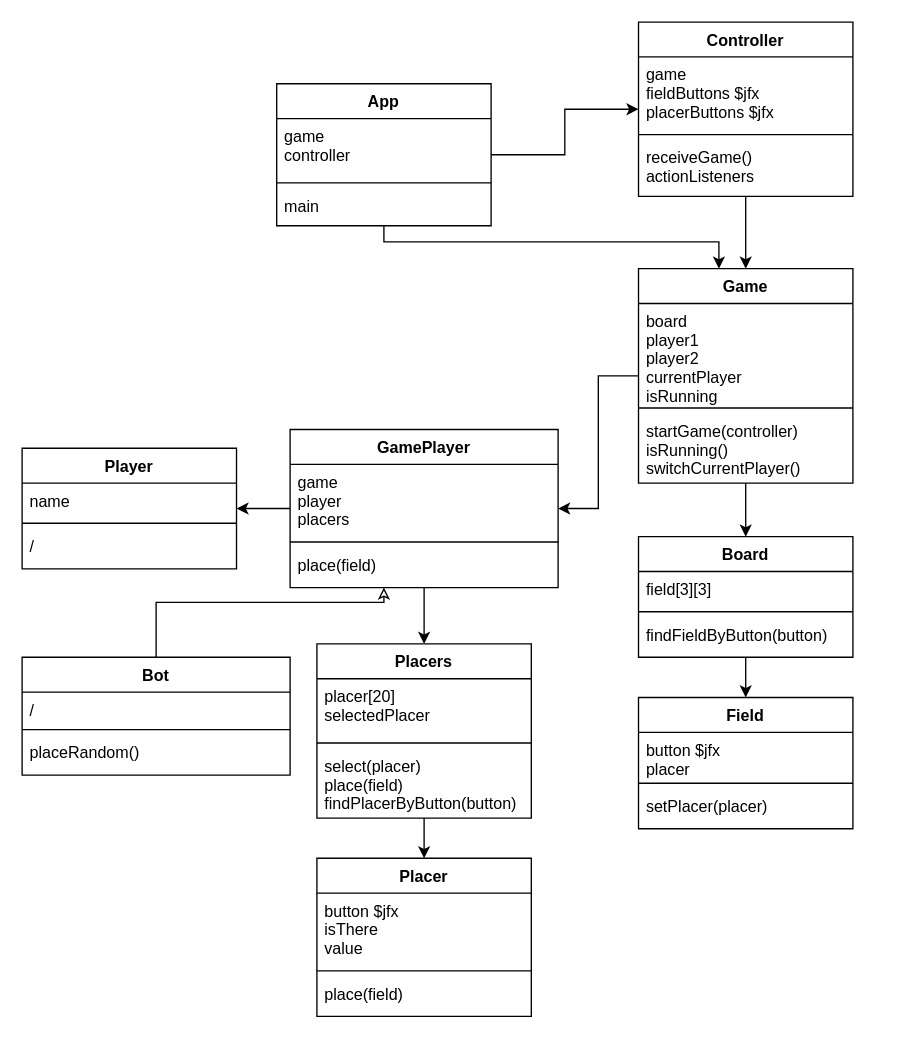
The draw.io diagram Diagrams/ClassDiagram.drawio in DustinScharf/TicTacTecToe, before the edit. Source tidied: cells renumbered, new cells numbered last; positions are measured from the earlier drawing's top-left corner, leaving out a move shared by most shapes. Both pictures are drawn from the tidied source at 134%, with x=0, y=0 at pixel (21, 21).
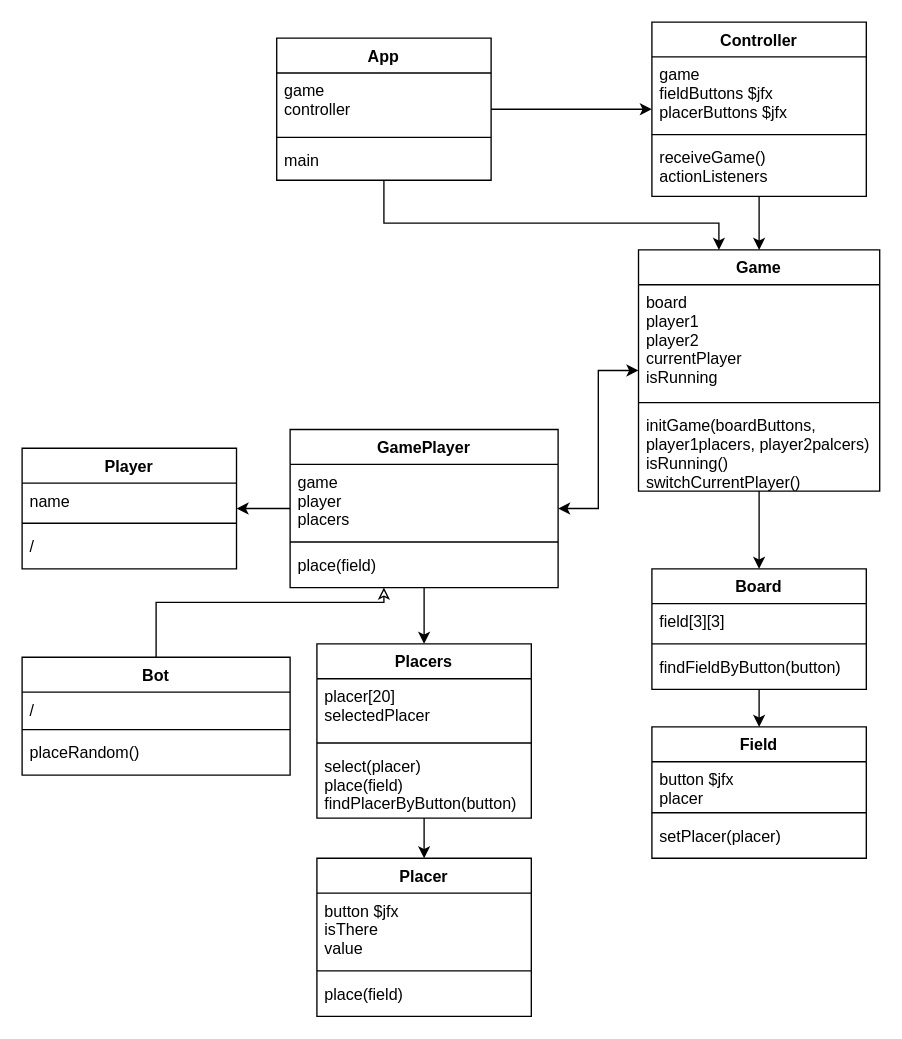
Above is the later version.

The change refers to these unchanged cells:
```xml
<mxCell id="8" value="GamePlayer" style="swimlane;fontStyle=1;align=center;verticalAlign=top;horizontal=1;startSize=26;" parent="1" vertex="1">
  <mxGeometry x="200" y="304" width="200" height="118" as="geometry" />
</mxCell>
```

Diff of the diagram source:
```diff
@@
     <mxCell id="12" value="Field" style="swimlane;fontStyle=1;align=center;verticalAlign=top;horizontal=1;startSize=26;" parent="1" vertex="1">
-      <mxGeometry x="460" y="504" width="160" height="98" as="geometry" />
+      <mxGeometry x="470" y="526" width="160" height="98" as="geometry" />
     </mxCell>
@@
     <mxCell id="17" value="Board" style="swimlane;fontStyle=1;align=center;verticalAlign=top;horizontal=1;startSize=26;" parent="1" vertex="1">
-      <mxGeometry x="460" y="384" width="160" height="90" as="geometry" />
+      <mxGeometry x="470" y="408" width="160" height="90" as="geometry" />
     </mxCell>
@@
-    <mxCell id="21" style="edgeStyle=orthogonalEdgeStyle;rounded=0;jettySize=auto;html=1;endArrow=classic;endFill=1;" parent="1" edge="1" source="23" target="8">
+    <mxCell id="21" style="edgeStyle=orthogonalEdgeStyle;rounded=0;jettySize=auto;html=1;endArrow=classic;endFill=1;startArrow=classic;startFill=1;" parent="1" edge="1" source="23" target="8">
       <mxGeometry relative="1" as="geometry" />
     </mxCell>
@@
     <mxCell id="23" value="Game" style="swimlane;fontStyle=1;align=center;verticalAlign=top;horizontal=1;startSize=26;" parent="1" vertex="1">
-      <mxGeometry x="460" y="184" width="160" height="160" as="geometry" />
+      <mxGeometry x="460" y="170" width="180" height="180" as="geometry" />
     </mxCell>
     <mxCell id="24" value="board&#10;player1&#10;player2&#10;currentPlayer&#10;isRunning" style="text;strokeColor=none;fillColor=none;align=left;verticalAlign=top;spacingLeft=4;spacingRight=4;overflow=hidden;" parent="23" vertex="1">
-      <mxGeometry y="26" width="160" height="74" as="geometry" />
+      <mxGeometry y="26" width="180" height="84" as="geometry" />
     </mxCell>
     <mxCell id="25" style="line;strokeWidth=1;fillColor=none;align=left;verticalAlign=middle;spacingTop=-1;spacingLeft=3;spacingRight=3;labelPosition=right;" parent="23" vertex="1">
-      <mxGeometry y="100" width="160" height="8" as="geometry" />
+      <mxGeometry y="110" width="180" height="8" as="geometry" />
     </mxCell>
-    <mxCell id="26" value="startGame(controller)&#10;isRunning()&#10;switchCurrentPlayer()" style="text;strokeColor=none;fillColor=none;align=left;verticalAlign=top;spacingLeft=4;spacingRight=4;overflow=hidden;" parent="23" vertex="1">
-      <mxGeometry y="108" width="160" height="52" as="geometry" />
+    <mxCell id="26" value="initGame(boardButtons,&#10;player1placers, player2palcers)&#10;isRunning()&#10;switchCurrentPlayer()" style="text;strokeColor=none;fillColor=none;align=left;verticalAlign=top;spacingLeft=4;spacingRight=4;overflow=hidden;" parent="23" vertex="1">
+      <mxGeometry y="118" width="180" height="62" as="geometry" />
     </mxCell>
@@
     <mxCell id="37" value="Controller" style="swimlane;fontStyle=1;align=center;verticalAlign=top;horizontal=1;startSize=26;" parent="1" vertex="1">
-      <mxGeometry x="460" width="160" height="130" as="geometry" />
+      <mxGeometry x="470" width="160" height="130" as="geometry" />
     </mxCell>
@@
     <mxCell id="47" style="edgeStyle=orthogonalEdgeStyle;rounded=0;jettySize=auto;html=1;endArrow=classic;endFill=1;" parent="1" edge="1" source="48" target="23">
       <mxGeometry relative="1" as="geometry">
         <Array as="points">
-          <mxPoint x="270" y="164" />
-          <mxPoint x="520" y="164" />
+          <mxPoint x="270" y="150" />
+          <mxPoint x="520" y="150" />
         </Array>
       </mxGeometry>
     </mxCell>
     <mxCell id="48" value="App" style="swimlane;fontStyle=1;align=center;verticalAlign=top;horizontal=1;startSize=26;" parent="1" vertex="1">
-      <mxGeometry x="190" y="46" width="160" height="106" as="geometry" />
+      <mxGeometry x="190" y="12" width="160" height="106" as="geometry" />
     </mxCell>
```
